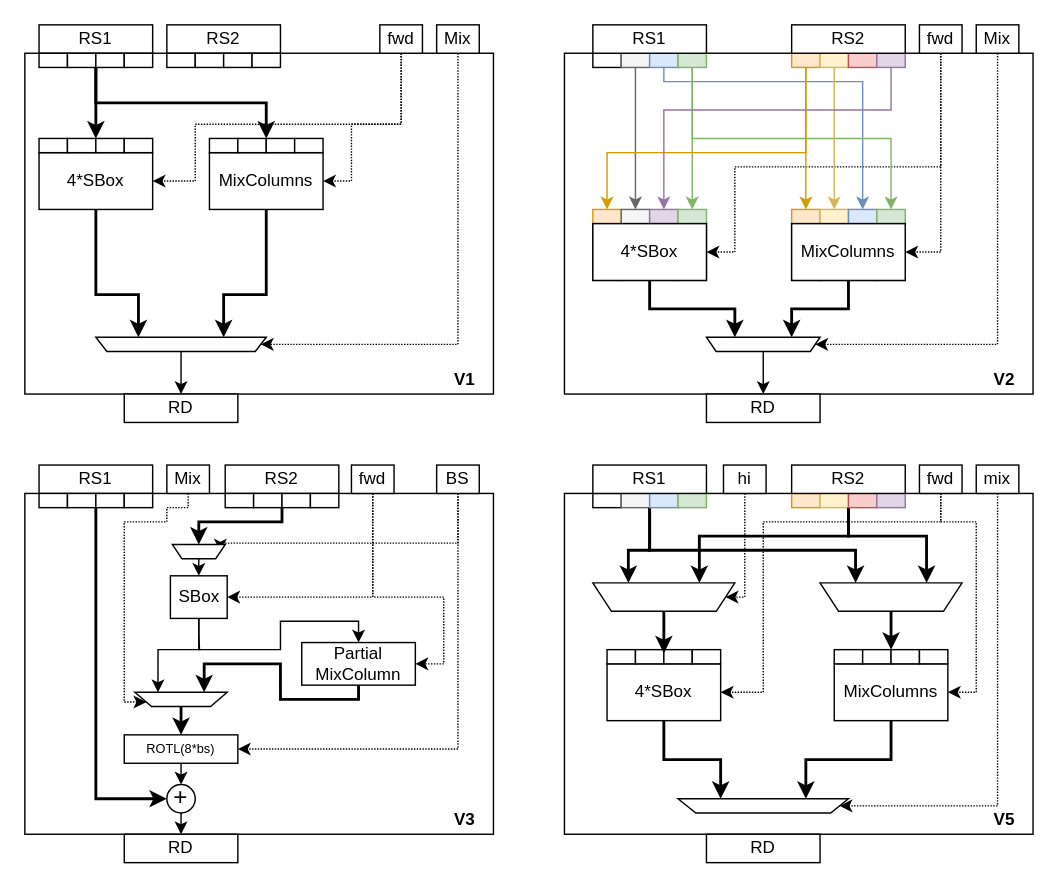
scarv/aes-risc-pipeline keeps this draw.io diagram as doc/diagrams/ise-datapaths.drawio. Above is the earlier version. Source tidied: cells renumbered, new cells numbered last; positions are measured from the earlier drawing's top-left corner, leaving out a move shared by most shapes. Both pictures are drawn from the tidied source at 142%, with x=0, y=0 at pixel (24, 24).
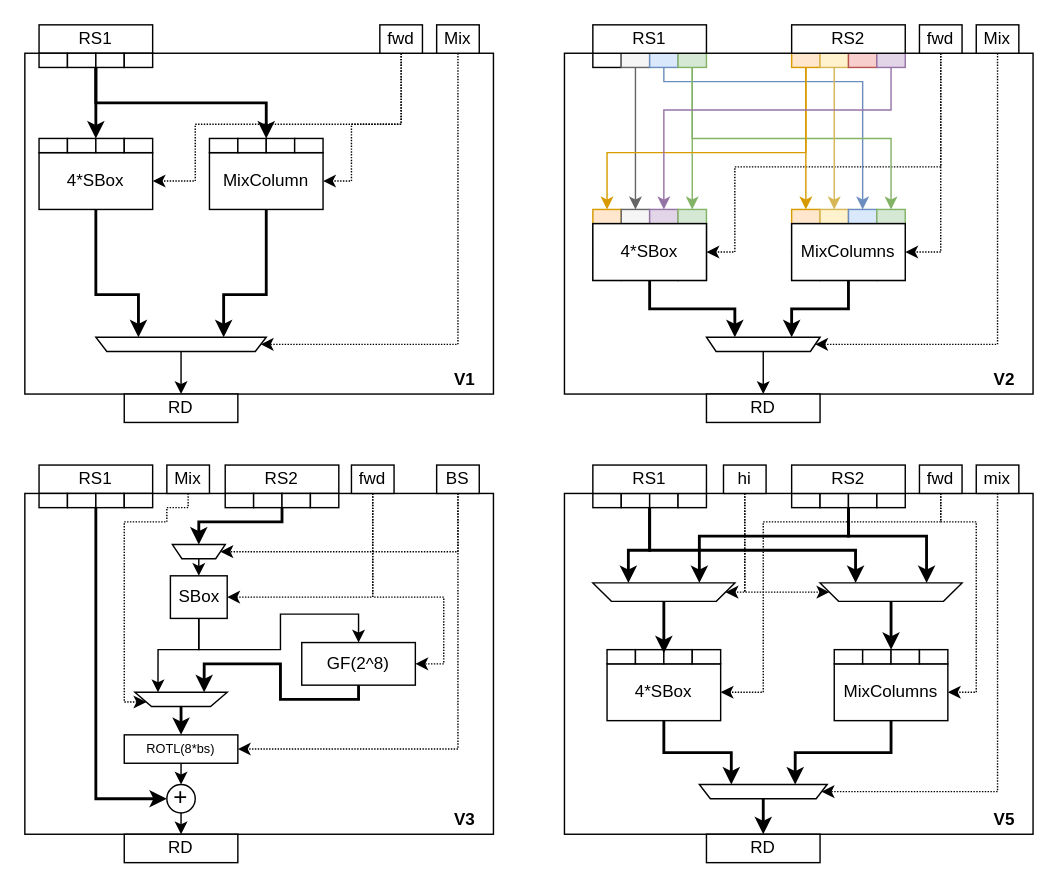
Above is the later version.

Commit message (it also covers changes not shown here):
paper: Update datapath diagrams and move to appendix.

The change refers to these unchanged cells:
```xml
<mxCell id="85" value="BS" style="rounded=0;whiteSpace=wrap;html=1;" parent="1" vertex="1">
  <mxGeometry x="290" y="310" width="30" height="20" as="geometry" />
</mxCell>
<mxCell id="88" value="SBox" style="rounded=0;whiteSpace=wrap;html=1;" parent="1" vertex="1">
  <mxGeometry x="102.5" y="388" width="40" height="30" as="geometry" />
</mxCell>
<mxCell id="92" style="shape=trapezoid;perimeter=trapezoidPerimeter;whiteSpace=wrap;html=1;fontSize=9;rotation=-180;size=0.18031746031746101;" parent="1" vertex="1">
  <mxGeometry x="77.5" y="470" width="65" height="10" as="geometry" />
</mxCell>
<mxCell id="96" style="shape=trapezoid;perimeter=trapezoidPerimeter;whiteSpace=wrap;html=1;fontSize=9;rotation=-180;size=0.18031746031746101;" parent="1" vertex="1">
  <mxGeometry x="103.9" y="366" width="37.2" height="10" as="geometry" />
</mxCell>
<mxCell id="104" value="hi" style="rounded=0;whiteSpace=wrap;html=1;" parent="1" vertex="1">
  <mxGeometry x="492" y="310" width="30" height="20" as="geometry" />
</mxCell>
<mxCell id="119" value="RD" style="rounded=0;whiteSpace=wrap;html=1;" parent="1" vertex="1">
  <mxGeometry x="480" y="570" width="80" height="20" as="geometry" />
</mxCell>
<mxCell id="152" value="mix" style="rounded=0;whiteSpace=wrap;html=1;" parent="1" vertex="1">
  <mxGeometry x="670" y="310" width="30" height="20" as="geometry" />
</mxCell>
```

The edit, as a diff of the source:
```diff
@@
-    <mxCell id="5" value="RS2" style="rounded=0;whiteSpace=wrap;html=1;" parent="1" vertex="1">
-      <mxGeometry x="100" width="80" height="20" as="geometry" />
-    </mxCell>
@@
-    <mxCell id="14" value="MixColumns" style="rounded=0;whiteSpace=wrap;html=1;" parent="1" vertex="1">
+    <mxCell id="14" value="MixColumn" style="rounded=0;whiteSpace=wrap;html=1;" parent="1" vertex="1">
       <mxGeometry x="130" y="90" width="80" height="40" as="geometry" />
     </mxCell>
@@
     <mxCell id="84" style="edgeStyle=orthogonalEdgeStyle;rounded=0;jettySize=auto;html=1;exitX=0.5;exitY=1;exitDx=0;exitDy=0;entryX=0;entryY=0.5;entryDx=0;entryDy=0;strokeWidth=1;fontSize=9;dashed=1;dashPattern=1 1;" parent="1" edge="1" source="85" target="96">
       <mxGeometry relative="1" as="geometry">
         <Array as="points">
-          <mxPoint x="305" y="365" />
+          <mxPoint x="305" y="371" />
         </Array>
       </mxGeometry>
     </mxCell>
@@
-    <mxCell id="86" style="edgeStyle=orthogonalEdgeStyle;rounded=0;jettySize=auto;html=1;exitX=0.5;exitY=1;exitDx=0;exitDy=0;entryX=0.75;entryY=1;entryDx=0;entryDy=0;fontSize=9;strokeWidth=1;" parent="1" edge="1" source="88" target="92">
+    <mxCell id="86" style="edgeStyle=orthogonalEdgeStyle;rounded=0;jettySize=auto;html=1;exitX=0.5;exitY=1;exitDx=0;exitDy=0;entryX=0.75;entryY=1;entryDx=0;entryDy=0;strokeWidth=1;" parent="1" edge="1" source="88" target="92">
       <mxGeometry relative="1" as="geometry">
         <Array as="points">
-          <mxPoint x="123" y="430" />
           <mxPoint x="123" y="440" />
           <mxPoint x="94" y="440" />
         </Array>
       </mxGeometry>
     </mxCell>
-    <mxCell id="87" style="edgeStyle=orthogonalEdgeStyle;rounded=0;jettySize=auto;html=1;exitX=0.5;exitY=1;exitDx=0;exitDy=0;strokeWidth=1;fontSize=9;" parent="1" edge="1" source="88" target="98">
+    <mxCell id="87" style="edgeStyle=orthogonalEdgeStyle;rounded=0;jettySize=auto;html=1;exitX=0.5;exitY=1;exitDx=0;exitDy=0;entryX=0.5;entryY=0;entryDx=0;entryDy=0;strokeWidth=1;" parent="1" edge="1" source="88" target="98">
       <mxGeometry relative="1" as="geometry">
         <Array as="points">
-          <mxPoint x="122" y="440" />
+          <mxPoint x="123" y="440" />
           <mxPoint x="180" y="440" />
-          <mxPoint x="180" y="420" />
-          <mxPoint x="235" y="420" />
+          <mxPoint x="180" y="415" />
+          <mxPoint x="235" y="415" />
         </Array>
       </mxGeometry>
     </mxCell>
@@
-    <mxCell id="98" value="Partial&lt;br&gt;MixColumn" style="rounded=0;whiteSpace=wrap;html=1;" parent="1" vertex="1">
+    <mxCell id="98" value="GF(2^8)" style="rounded=0;whiteSpace=wrap;html=1;" parent="1" vertex="1">
       <mxGeometry x="195" y="435" width="80" height="30" as="geometry" />
     </mxCell>
@@
     <mxCell id="103" style="edgeStyle=orthogonalEdgeStyle;rounded=0;jettySize=auto;html=1;exitX=0.5;exitY=1;exitDx=0;exitDy=0;entryX=0;entryY=0.5;entryDx=0;entryDy=0;strokeWidth=1;dashed=1;dashPattern=1 1;" parent="1" edge="1" source="104" target="166">
       <mxGeometry relative="1" as="geometry">
         <Array as="points">
-          <mxPoint x="507" y="403" />
+          <mxPoint x="507" y="400" />
+          <mxPoint x="494" y="400" />
         </Array>
       </mxGeometry>
     </mxCell>
@@
-    <mxCell id="107" style="rounded=0;whiteSpace=wrap;html=1;fillColor=#f5f5f5;strokeColor=#666666;fontColor=#333333;" parent="1" vertex="1">
+    <mxCell id="107" style="rounded=0;whiteSpace=wrap;html=1;" parent="1" vertex="1">
       <mxGeometry x="420" y="330" width="20" height="10" as="geometry" />
     </mxCell>
@@
-    <mxCell id="109" style="rounded=0;whiteSpace=wrap;html=1;fillColor=#dae8fc;strokeColor=#6c8ebf;" parent="1" vertex="1">
+    <mxCell id="109" style="rounded=0;whiteSpace=wrap;html=1;" parent="1" vertex="1">
       <mxGeometry x="440" y="330" width="20" height="10" as="geometry" />
     </mxCell>
-    <mxCell id="110" style="rounded=0;whiteSpace=wrap;html=1;fillColor=#d5e8d4;strokeColor=#82b366;" parent="1" vertex="1">
+    <mxCell id="110" style="rounded=0;whiteSpace=wrap;html=1;" parent="1" vertex="1">
       <mxGeometry x="460" y="330" width="20" height="10" as="geometry" />
     </mxCell>
-    <mxCell id="111" style="rounded=0;whiteSpace=wrap;html=1;fillColor=#ffe6cc;strokeColor=#d79b00;" parent="1" vertex="1">
+    <mxCell id="111" style="rounded=0;whiteSpace=wrap;html=1;" parent="1" vertex="1">
       <mxGeometry x="540" y="330" width="20" height="10" as="geometry" />
     </mxCell>
-    <mxCell id="112" style="rounded=0;whiteSpace=wrap;html=1;fillColor=#fff2cc;strokeColor=#d6b656;" parent="1" vertex="1">
+    <mxCell id="112" style="rounded=0;whiteSpace=wrap;html=1;" parent="1" vertex="1">
       <mxGeometry x="560" y="330" width="20" height="10" as="geometry" />
     </mxCell>
@@
-    <mxCell id="115" style="rounded=0;whiteSpace=wrap;html=1;fillColor=#f8cecc;strokeColor=#b85450;" parent="1" vertex="1">
+    <mxCell id="115" style="rounded=0;whiteSpace=wrap;html=1;" parent="1" vertex="1">
       <mxGeometry x="580" y="330" width="20" height="10" as="geometry" />
     </mxCell>
-    <mxCell id="116" style="rounded=0;whiteSpace=wrap;html=1;fillColor=#e1d5e7;strokeColor=#9673a6;" parent="1" vertex="1">
+    <mxCell id="116" style="rounded=0;whiteSpace=wrap;html=1;" parent="1" vertex="1">
       <mxGeometry x="600" y="330" width="20" height="10" as="geometry" />
     </mxCell>
@@
-    <mxCell id="128" style="rounded=0;whiteSpace=wrap;html=1;" parent="1" vertex="1">
-      <mxGeometry x="100" y="20" width="20" height="10" as="geometry" />
-    </mxCell>
-    <mxCell id="129" style="rounded=0;whiteSpace=wrap;html=1;" parent="1" vertex="1">
-      <mxGeometry x="120" y="20" width="20" height="10" as="geometry" />
-    </mxCell>
-    <mxCell id="130" style="rounded=0;whiteSpace=wrap;html=1;" parent="1" vertex="1">
-      <mxGeometry x="140" y="20" width="20" height="10" as="geometry" />
-    </mxCell>
-    <mxCell id="131" style="rounded=0;whiteSpace=wrap;html=1;" parent="1" vertex="1">
-      <mxGeometry x="160" y="20" width="20" height="10" as="geometry" />
-    </mxCell>
@@
     <mxCell id="151" style="edgeStyle=orthogonalEdgeStyle;rounded=0;jettySize=auto;html=1;exitX=0.5;exitY=1;exitDx=0;exitDy=0;entryX=0;entryY=0.5;entryDx=0;entryDy=0;dashed=1;dashPattern=1 1;strokeWidth=1;" parent="1" edge="1" source="152" target="153">
       <mxGeometry relative="1" as="geometry">
         <Array as="points">
-          <mxPoint x="685" y="550" />
+          <mxPoint x="685" y="540" />
         </Array>
       </mxGeometry>
     </mxCell>
@@
+    <mxCell id="169" style="edgeStyle=orthogonalEdgeStyle;rounded=0;jettySize=auto;html=1;exitX=0.5;exitY=0;exitDx=0;exitDy=0;entryX=0.5;entryY=0;entryDx=0;entryDy=0;strokeWidth=2;" parent="1" edge="1" source="153" target="119">
+      <mxGeometry relative="1" as="geometry" />
+    </mxCell>
-    <mxCell id="153" style="shape=trapezoid;perimeter=trapezoidPerimeter;whiteSpace=wrap;html=1;rotation=-180;size=0.10444444444444419;" parent="1" vertex="1">
-      <mxGeometry x="460" y="545" width="120" height="10" as="geometry" />
+    <mxCell id="153" style="shape=trapezoid;perimeter=trapezoidPerimeter;whiteSpace=wrap;html=1;rotation=-180;size=0.08606701940035337;" parent="1" vertex="1">
+      <mxGeometry x="475" y="535" width="90" height="10" as="geometry" />
     </mxCell>
@@
     <mxCell id="166" style="shape=trapezoid;perimeter=trapezoidPerimeter;whiteSpace=wrap;html=1;rotation=-180;size=0.13066666666666757;" parent="1" vertex="1">
-      <mxGeometry x="400" y="393" width="100" height="20" as="geometry" />
+      <mxGeometry x="400" y="393" width="100" height="13" as="geometry" />
     </mxCell>
@@
     <mxCell id="168" style="shape=trapezoid;perimeter=trapezoidPerimeter;whiteSpace=wrap;html=1;rotation=-180;size=0.13066666666666757;" parent="1" vertex="1">
-      <mxGeometry x="560" y="393" width="100" height="20" as="geometry" />
+      <mxGeometry x="560" y="393" width="100" height="13" as="geometry" />
     </mxCell>
+    <mxCell id="170" style="edgeStyle=orthogonalEdgeStyle;rounded=0;jettySize=auto;html=1;entryX=1;entryY=0.5;entryDx=0;entryDy=0;strokeWidth=1;dashed=1;dashPattern=1 1;exitX=0.5;exitY=1;exitDx=0;exitDy=0;" parent="1" edge="1" source="104" target="168">
+      <mxGeometry relative="1" as="geometry">
+        <Array as="points">
+          <mxPoint x="507" y="400" />
+          <mxPoint x="567" y="400" />
+        </Array>
+      </mxGeometry>
+    </mxCell>
```
